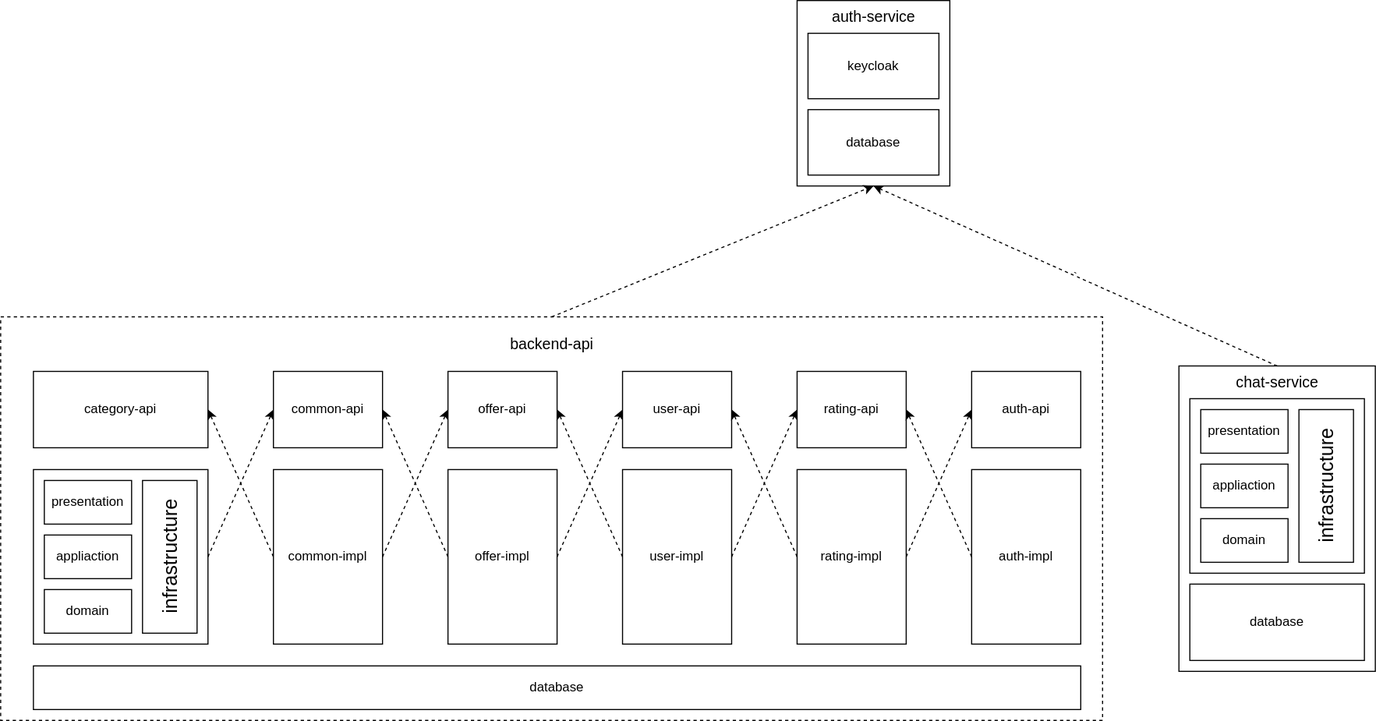
Earlier version of the draw.io export assets/overall.svg (Lycan7hropus/FreshNearMe). Source tidied: cells renumbered, new cells last; positions are measured from the earlier drawing's top-left corner, leaving out a move shared by most shapes.
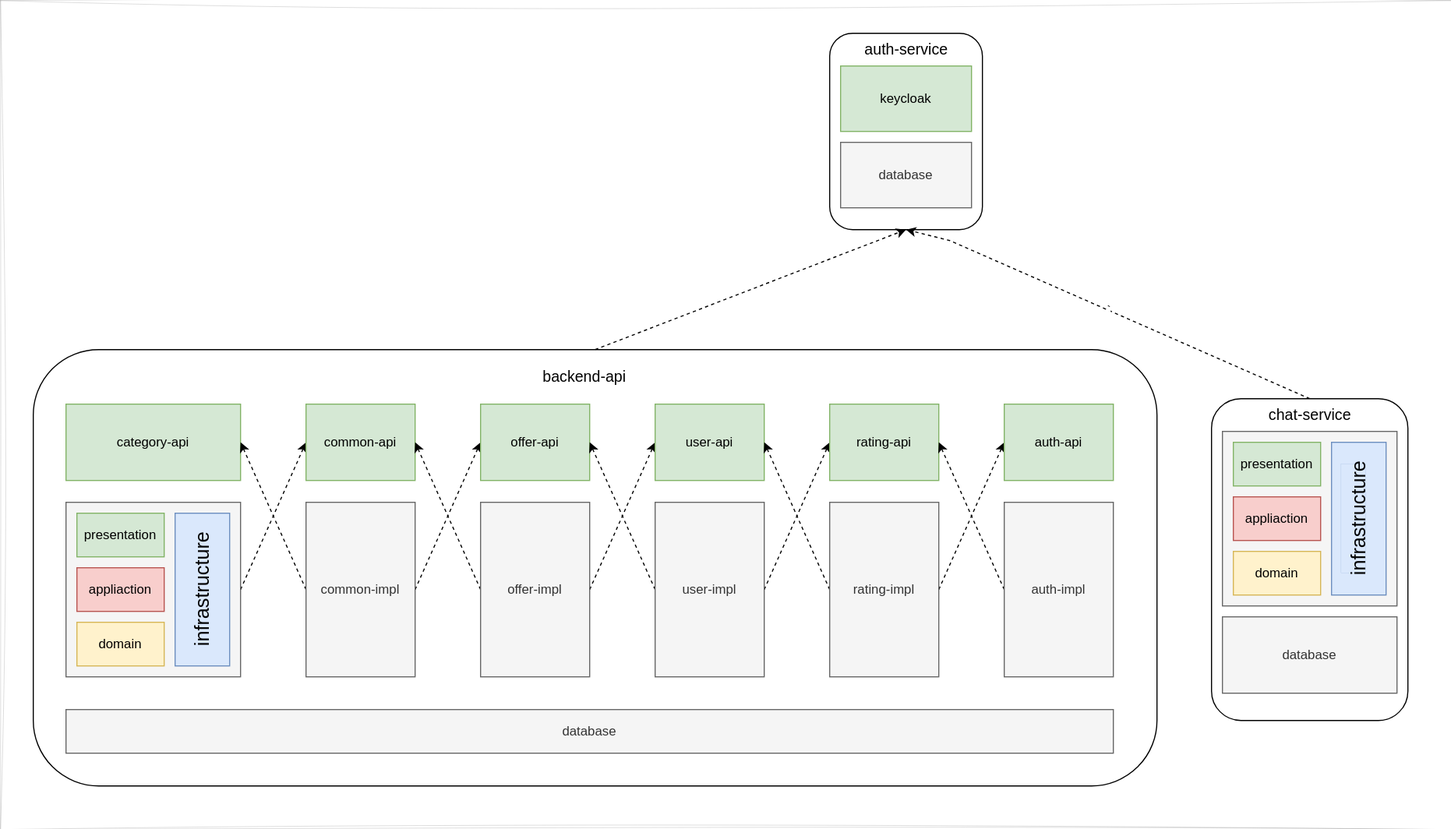
The same diagram one commit later.

The edit, as a diff of the source:
```diff
@@ -2,11 +2,14 @@
   <root>
     <mxCell id="0" />
     <mxCell id="1" parent="0" />
+    <mxCell id="47" style="rounded=0;whiteSpace=wrap;html=1;strokeWidth=0;sketch=1;curveFitting=1;jiggle=2;glass=0;" parent="1" vertex="1">
+      <mxGeometry x="-30" y="-30" width="1330" height="760" as="geometry" />
+    </mxCell>
-    <mxCell id="2" style="rounded=0;whiteSpace=wrap;html=1;dashed=1;" parent="1" vertex="1">
-      <mxGeometry y="290" width="1010" height="370" as="geometry" />
+    <mxCell id="2" style="rounded=1;whiteSpace=wrap;html=1;" parent="1" vertex="1">
+      <mxGeometry y="290" width="1030" height="400" as="geometry" />
     </mxCell>
-    <mxCell id="3" style="rounded=0;whiteSpace=wrap;html=1;" parent="1" vertex="1">
-      <mxGeometry x="730" width="140" height="170" as="geometry" />
+    <mxCell id="3" style="rounded=1;whiteSpace=wrap;html=1;" parent="1" vertex="1">
+      <mxGeometry x="730" width="140" height="180" as="geometry" />
     </mxCell>
     <mxCell id="4" style="rounded=0;jettySize=auto;html=1;entryX=0.5;entryY=1;entryDx=0;entryDy=0;exitX=0.5;exitY=0;exitDx=0;exitDy=0;dashed=1;" parent="1" edge="1" source="2" target="3">
       <mxGeometry relative="1" as="geometry" />
@@ -14,10 +17,10 @@
     <mxCell id="5" style="rounded=0;jettySize=auto;html=1;exitX=1;exitY=0.5;exitDx=0;exitDy=0;entryX=0;entryY=0.5;entryDx=0;entryDy=0;dashed=1;" parent="1" edge="1" source="6" target="11">
       <mxGeometry relative="1" as="geometry" />
     </mxCell>
-    <mxCell id="6" style="rounded=0;whiteSpace=wrap;html=1;" parent="1" vertex="1">
+    <mxCell id="6" style="rounded=0;whiteSpace=wrap;html=1;fillColor=#f5f5f5;fontColor=#333333;strokeColor=#666666;" parent="1" vertex="1">
       <mxGeometry x="30" y="430" width="160" height="160" as="geometry" />
     </mxCell>
-    <mxCell id="7" value="category-api" style="rounded=0;whiteSpace=wrap;html=1;" parent="1" vertex="1">
+    <mxCell id="7" value="category-api" style="rounded=0;whiteSpace=wrap;html=1;fillColor=#d5e8d4;strokeColor=#82b366;" parent="1" vertex="1">
       <mxGeometry x="30" y="340" width="160" height="70" as="geometry" />
     </mxCell>
     <mxCell id="8" style="rounded=0;jettySize=auto;html=1;entryX=1;entryY=0.5;entryDx=0;entryDy=0;exitX=0;exitY=0.5;exitDx=0;exitDy=0;dashed=1;" parent="1" edge="1" source="10" target="7">
@@ -26,10 +29,10 @@
     <mxCell id="9" style="rounded=0;jettySize=auto;html=1;entryX=0;entryY=0.5;entryDx=0;entryDy=0;exitX=1;exitY=0.5;exitDx=0;exitDy=0;dashed=1;" parent="1" edge="1" source="10" target="15">
       <mxGeometry relative="1" as="geometry" />
     </mxCell>
-    <mxCell id="10" value="common-impl" style="rounded=0;whiteSpace=wrap;html=1;" parent="1" vertex="1">
+    <mxCell id="10" value="common-impl" style="rounded=0;whiteSpace=wrap;html=1;fillColor=#f5f5f5;fontColor=#333333;strokeColor=#666666;" parent="1" vertex="1">
       <mxGeometry x="250" y="430" width="100" height="160" as="geometry" />
     </mxCell>
-    <mxCell id="11" value="common-api" style="rounded=0;whiteSpace=wrap;html=1;" parent="1" vertex="1">
+    <mxCell id="11" value="common-api" style="rounded=0;whiteSpace=wrap;html=1;fillColor=#d5e8d4;strokeColor=#82b366;" parent="1" vertex="1">
       <mxGeometry x="250" y="340" width="100" height="70" as="geometry" />
     </mxCell>
     <mxCell id="12" style="rounded=0;jettySize=auto;html=1;entryX=1;entryY=0.5;entryDx=0;entryDy=0;exitX=0;exitY=0.5;exitDx=0;exitDy=0;dashed=1;" parent="1" edge="1" source="14" target="11">
@@ -38,10 +41,10 @@
     <mxCell id="13" style="rounded=0;jettySize=auto;html=1;entryX=0;entryY=0.5;entryDx=0;entryDy=0;exitX=1;exitY=0.5;exitDx=0;exitDy=0;dashed=1;" parent="1" edge="1" source="14" target="19">
       <mxGeometry relative="1" as="geometry" />
     </mxCell>
-    <mxCell id="14" value="offer-impl" style="rounded=0;whiteSpace=wrap;html=1;" parent="1" vertex="1">
+    <mxCell id="14" value="offer-impl" style="rounded=0;whiteSpace=wrap;html=1;fillColor=#f5f5f5;fontColor=#333333;strokeColor=#666666;" parent="1" vertex="1">
       <mxGeometry x="410" y="430" width="100" height="160" as="geometry" />
     </mxCell>
-    <mxCell id="15" value="offer-api" style="rounded=0;whiteSpace=wrap;html=1;" parent="1" vertex="1">
+    <mxCell id="15" value="offer-api" style="rounded=0;whiteSpace=wrap;html=1;fillColor=#d5e8d4;strokeColor=#82b366;" parent="1" vertex="1">
       <mxGeometry x="410" y="340" width="100" height="70" as="geometry" />
     </mxCell>
     <mxCell id="16" style="rounded=0;jettySize=auto;html=1;entryX=1;entryY=0.5;entryDx=0;entryDy=0;exitX=0;exitY=0.5;exitDx=0;exitDy=0;dashed=1;" parent="1" edge="1" source="18" target="15">
@@ -50,10 +53,10 @@
     <mxCell id="17" style="rounded=0;jettySize=auto;html=1;entryX=0;entryY=0.5;entryDx=0;entryDy=0;exitX=1;exitY=0.5;exitDx=0;exitDy=0;dashed=1;" parent="1" edge="1" source="18" target="23">
       <mxGeometry relative="1" as="geometry" />
     </mxCell>
-    <mxCell id="18" value="user-impl" style="rounded=0;whiteSpace=wrap;html=1;" parent="1" vertex="1">
+    <mxCell id="18" value="user-impl" style="rounded=0;whiteSpace=wrap;html=1;fillColor=#f5f5f5;fontColor=#333333;strokeColor=#666666;" parent="1" vertex="1">
       <mxGeometry x="570" y="430" width="100" height="160" as="geometry" />
     </mxCell>
-    <mxCell id="19" value="user-api" style="rounded=0;whiteSpace=wrap;html=1;" parent="1" vertex="1">
+    <mxCell id="19" value="user-api" style="rounded=0;whiteSpace=wrap;html=1;fillColor=#d5e8d4;strokeColor=#82b366;" parent="1" vertex="1">
       <mxGeometry x="570" y="340" width="100" height="70" as="geometry" />
     </mxCell>
     <mxCell id="20" style="rounded=0;jettySize=auto;html=1;entryX=1;entryY=0.5;entryDx=0;entryDy=0;exitX=0;exitY=0.5;exitDx=0;exitDy=0;dashed=1;" parent="1" edge="1" source="22" target="19">
@@ -62,31 +65,31 @@
     <mxCell id="21" style="rounded=0;jettySize=auto;html=1;entryX=0;entryY=0.5;entryDx=0;entryDy=0;exitX=1;exitY=0.5;exitDx=0;exitDy=0;dashed=1;" parent="1" edge="1" source="22" target="26">
       <mxGeometry relative="1" as="geometry" />
     </mxCell>
-    <mxCell id="22" value="rating-impl" style="rounded=0;whiteSpace=wrap;html=1;" parent="1" vertex="1">
+    <mxCell id="22" value="rating-impl" style="rounded=0;whiteSpace=wrap;html=1;fillColor=#f5f5f5;fontColor=#333333;strokeColor=#666666;" parent="1" vertex="1">
       <mxGeometry x="730" y="430" width="100" height="160" as="geometry" />
     </mxCell>
-    <mxCell id="23" value="rating-api" style="rounded=0;whiteSpace=wrap;html=1;" parent="1" vertex="1">
+    <mxCell id="23" value="rating-api" style="rounded=0;whiteSpace=wrap;html=1;fillColor=#d5e8d4;strokeColor=#82b366;" parent="1" vertex="1">
       <mxGeometry x="730" y="340" width="100" height="70" as="geometry" />
     </mxCell>
     <mxCell id="24" style="rounded=0;jettySize=auto;html=1;entryX=1;entryY=0.5;entryDx=0;entryDy=0;exitX=0;exitY=0.5;exitDx=0;exitDy=0;dashed=1;" parent="1" edge="1" source="25" target="23">
       <mxGeometry relative="1" as="geometry" />
     </mxCell>
-    <mxCell id="25" value="auth-impl" style="rounded=0;whiteSpace=wrap;html=1;" parent="1" vertex="1">
+    <mxCell id="25" value="auth-impl" style="rounded=0;whiteSpace=wrap;html=1;fillColor=#f5f5f5;fontColor=#333333;strokeColor=#666666;" parent="1" vertex="1">
       <mxGeometry x="890" y="430" width="100" height="160" as="geometry" />
     </mxCell>
-    <mxCell id="26" value="auth-api" style="rounded=0;whiteSpace=wrap;html=1;" parent="1" vertex="1">
+    <mxCell id="26" value="auth-api" style="rounded=0;whiteSpace=wrap;html=1;fillColor=#d5e8d4;strokeColor=#82b366;" parent="1" vertex="1">
       <mxGeometry x="890" y="340" width="100" height="70" as="geometry" />
     </mxCell>
-    <mxCell id="27" value="domain" style="rounded=0;whiteSpace=wrap;html=1;" parent="1" vertex="1">
+    <mxCell id="27" value="domain" style="rounded=0;whiteSpace=wrap;html=1;fillColor=#fff2cc;strokeColor=#d6b656;" parent="1" vertex="1">
       <mxGeometry x="40" y="540" width="80" height="40" as="geometry" />
     </mxCell>
-    <mxCell id="28" value="appliaction" style="rounded=0;whiteSpace=wrap;html=1;" parent="1" vertex="1">
+    <mxCell id="28" value="appliaction" style="rounded=0;whiteSpace=wrap;html=1;fillColor=#f8cecc;strokeColor=#b85450;" parent="1" vertex="1">
       <mxGeometry x="40" y="490" width="80" height="40" as="geometry" />
     </mxCell>
-    <mxCell id="29" value="presentation" style="rounded=0;whiteSpace=wrap;html=1;" parent="1" vertex="1">
+    <mxCell id="29" value="presentation" style="rounded=0;whiteSpace=wrap;html=1;fillColor=#d5e8d4;strokeColor=#82b366;" parent="1" vertex="1">
       <mxGeometry x="40" y="440" width="80" height="40" as="geometry" />
     </mxCell>
-    <mxCell id="30" style="rounded=0;whiteSpace=wrap;html=1;" parent="1" vertex="1">
+    <mxCell id="30" style="rounded=0;whiteSpace=wrap;html=1;fillColor=#dae8fc;strokeColor=#6c8ebf;" parent="1" vertex="1">
       <mxGeometry x="130" y="440" width="50" height="140" as="geometry" />
     </mxCell>
     <mxCell id="31" value="&lt;div style=&quot;&quot;&gt;&lt;span style=&quot;&quot;&gt;&lt;font style=&quot;font-size: 18px;&quot;&gt;infrastructure&lt;/font&gt;&lt;/span&gt;&lt;/div&gt;" style="text;whiteSpace=wrap;html=1;rotation=-90;align=center;" parent="1" vertex="1">
@@ -95,47 +98,54 @@
     <mxCell id="32" value="&lt;font style=&quot;font-size: 14px;&quot;&gt;backend-api&lt;/font&gt;" style="text;html=1;align=center;verticalAlign=middle;strokeColor=none;fillColor=none;" parent="1" vertex="1">
       <mxGeometry x="455" y="300" width="100" height="30" as="geometry" />
     </mxCell>
-    <mxCell id="33" value="database" style="rounded=0;whiteSpace=wrap;html=1;" parent="1" vertex="1">
-      <mxGeometry x="30" y="610" width="960" height="40" as="geometry" />
+    <mxCell id="33" value="database" style="rounded=0;whiteSpace=wrap;html=1;fillColor=#f5f5f5;fontColor=#333333;strokeColor=#666666;" parent="1" vertex="1">
+      <mxGeometry x="30" y="620" width="960" height="40" as="geometry" />
     </mxCell>
     <mxCell id="34" value="`" style="rounded=0;jettySize=auto;html=1;entryX=0.5;entryY=1;entryDx=0;entryDy=0;exitX=0.5;exitY=0;exitDx=0;exitDy=0;dashed=1;" parent="1" edge="1" source="35" target="3">
-      <mxGeometry relative="1" as="geometry" />
+      <mxGeometry relative="1" as="geometry">
+        <Array as="points">
+          <mxPoint x="840" y="190" />
+        </Array>
+      </mxGeometry>
     </mxCell>
-    <mxCell id="35" style="rounded=0;whiteSpace=wrap;html=1;" parent="1" vertex="1">
-      <mxGeometry x="1080" y="335" width="180" height="280" as="geometry" />
+    <mxCell id="35" style="rounded=1;whiteSpace=wrap;html=1;" parent="1" vertex="1">
+      <mxGeometry x="1080" y="335" width="180" height="295" as="geometry" />
     </mxCell>
     <mxCell id="36" value="&lt;font style=&quot;font-size: 14px;&quot;&gt;chat-service&lt;/font&gt;" style="text;html=1;align=center;verticalAlign=middle;strokeColor=none;fillColor=none;" parent="1" vertex="1">
       <mxGeometry x="1120" y="335" width="100" height="30" as="geometry" />
     </mxCell>
-    <mxCell id="37" style="rounded=0;whiteSpace=wrap;html=1;" parent="1" vertex="1">
+    <mxCell id="37" style="rounded=0;whiteSpace=wrap;html=1;fillColor=#f5f5f5;fontColor=#333333;strokeColor=#666666;" parent="1" vertex="1">
       <mxGeometry x="1090" y="365" width="160" height="160" as="geometry" />
     </mxCell>
-    <mxCell id="38" value="domain" style="rounded=0;whiteSpace=wrap;html=1;" parent="1" vertex="1">
+    <mxCell id="38" value="domain" style="rounded=0;whiteSpace=wrap;html=1;fillColor=#fff2cc;strokeColor=#d6b656;" parent="1" vertex="1">
       <mxGeometry x="1100" y="475" width="80" height="40" as="geometry" />
     </mxCell>
-    <mxCell id="39" value="appliaction" style="rounded=0;whiteSpace=wrap;html=1;" parent="1" vertex="1">
+    <mxCell id="39" value="appliaction" style="rounded=0;whiteSpace=wrap;html=1;fillColor=#f8cecc;strokeColor=#b85450;" parent="1" vertex="1">
       <mxGeometry x="1100" y="425" width="80" height="40" as="geometry" />
     </mxCell>
-    <mxCell id="40" value="presentation" style="rounded=0;whiteSpace=wrap;html=1;" parent="1" vertex="1">
+    <mxCell id="40" value="presentation" style="rounded=0;whiteSpace=wrap;html=1;fillColor=#d5e8d4;strokeColor=#82b366;" parent="1" vertex="1">
       <mxGeometry x="1100" y="375" width="80" height="40" as="geometry" />
     </mxCell>
-    <mxCell id="41" style="rounded=0;whiteSpace=wrap;html=1;" parent="1" vertex="1">
-      <mxGeometry x="1190" y="375" width="50" height="140" as="geometry" />
-    </mxCell>
-    <mxCell id="42" value="&lt;div style=&quot;&quot;&gt;&lt;span style=&quot;&quot;&gt;&lt;font style=&quot;font-size: 18px;&quot;&gt;infrastructure&lt;/font&gt;&lt;/span&gt;&lt;/div&gt;" style="text;whiteSpace=wrap;html=1;rotation=-90;align=center;" parent="1" vertex="1">
-      <mxGeometry x="1160" y="433.8" width="100" height="22.5" as="geometry" />
-    </mxCell>
-    <mxCell id="43" value="database" style="rounded=0;whiteSpace=wrap;html=1;" parent="1" vertex="1">
+    <mxCell id="43" value="database" style="rounded=0;whiteSpace=wrap;html=1;fillColor=#f5f5f5;fontColor=#333333;strokeColor=#666666;" parent="1" vertex="1">
       <mxGeometry x="1090" y="535" width="160" height="70" as="geometry" />
     </mxCell>
-    <mxCell id="44" value="keycloak" style="rounded=0;whiteSpace=wrap;html=1;" parent="1" vertex="1">
+    <mxCell id="44" value="keycloak" style="rounded=0;whiteSpace=wrap;html=1;fillColor=#d5e8d4;strokeColor=#82b366;" parent="1" vertex="1">
       <mxGeometry x="740" y="30" width="120" height="60" as="geometry" />
     </mxCell>
-    <mxCell id="45" value="database" style="rounded=0;whiteSpace=wrap;html=1;" parent="1" vertex="1">
+    <mxCell id="45" value="database" style="rounded=0;whiteSpace=wrap;html=1;fillColor=#f5f5f5;fontColor=#333333;strokeColor=#666666;" parent="1" vertex="1">
       <mxGeometry x="740" y="100" width="120" height="60" as="geometry" />
     </mxCell>
     <mxCell id="46" value="&lt;font style=&quot;font-size: 14px;&quot;&gt;auth-service&lt;/font&gt;" style="text;html=1;align=center;verticalAlign=middle;strokeColor=none;fillColor=none;" parent="1" vertex="1">
       <mxGeometry x="750" width="100" height="30" as="geometry" />
     </mxCell>
+    <mxCell id="48" style="group;" parent="1" vertex="1">
+      <mxGeometry x="1190" y="375" width="50" height="140" as="geometry" />
+    </mxCell>
+    <mxCell id="41" style="rounded=0;whiteSpace=wrap;html=1;fillColor=#dae8fc;strokeColor=#6c8ebf;" parent="48" vertex="1">
+      <mxGeometry width="50" height="140" as="geometry" />
+    </mxCell>
+    <mxCell id="42" value="&lt;div style=&quot;&quot;&gt;&lt;span style=&quot;&quot;&gt;&lt;font style=&quot;font-size: 18px;&quot;&gt;infrastructure&lt;/font&gt;&lt;/span&gt;&lt;/div&gt;" style="text;whiteSpace=wrap;html=1;rotation=-90;align=center;fillColor=none;strokeColor=#6c8ebf;strokeWidth=0;" parent="48" vertex="1">
+      <mxGeometry x="-30" y="58.8" width="100" height="22.5" as="geometry" />
+    </mxCell>
   </root>
 </mxGraphModel>
```
